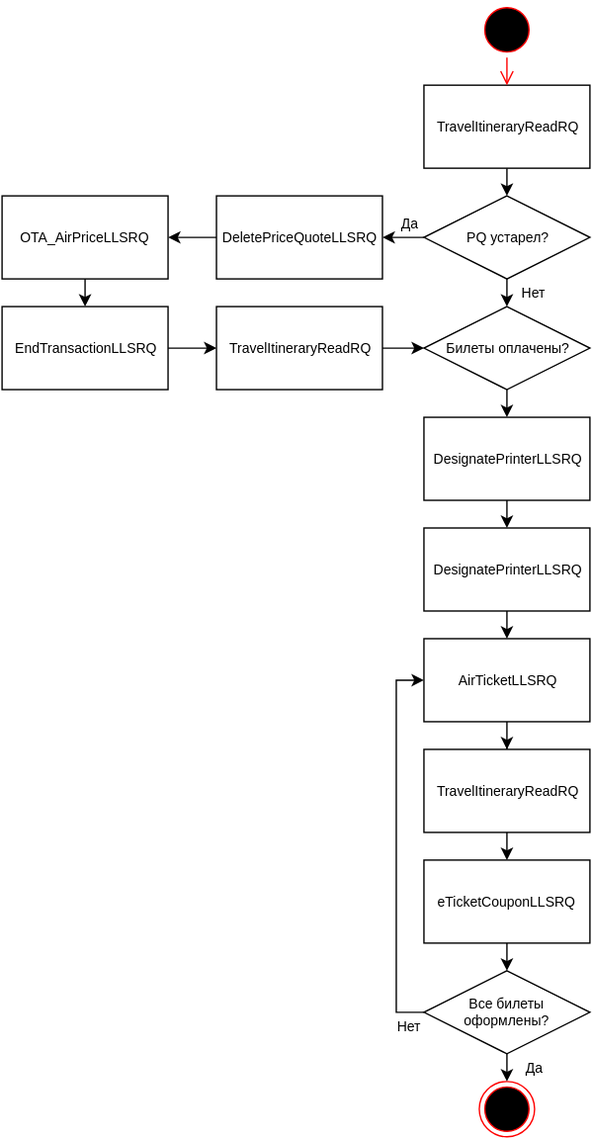
This is assets/svg/Issue Tickets/[RU]Issue Tickets[IPCC]-1.svg from andreypolyak/sabre-apis-ru, a draw.io export, as it was before one commit. Source tidied: cells renumbered, new cells last; positions are measured from the earlier drawing's top-left corner, leaving out a move shared by most shapes. The source it was exported from:
```xml
<mxGraphModel background="#ffffff">
  <root>
    <mxCell id="0" />
    <mxCell id="1" parent="0" />
    <mxCell id="2" style="edgeStyle=orthogonalEdgeStyle;rounded=0;html=1;exitX=0.5;exitY=1;entryX=0.5;entryY=0;jettySize=auto;" parent="1" edge="1" source="3" target="25">
      <mxGeometry x="390" y="1400" as="geometry" />
    </mxCell>
    <mxCell id="3" value="TravelItineraryReadRQ" style="whiteSpace=wrap;html=1;rounded=0;fontSize=10;" parent="1" vertex="1">
      <mxGeometry x="305" y="60" width="120" height="60" as="geometry" />
    </mxCell>
    <mxCell id="4" style="edgeStyle=orthogonalEdgeStyle;rounded=0;html=1;exitX=0;exitY=0.5;entryX=1;entryY=0.5;jettySize=auto;fontSize=10;" parent="1" edge="1" source="5" target="7">
      <mxGeometry x="145" y="1450" as="geometry" />
    </mxCell>
    <mxCell id="5" value="DeletePriceQuoteLLSRQ" style="whiteSpace=wrap;html=1;rounded=0;fontSize=10;" parent="1" vertex="1">
      <mxGeometry x="155" y="140" width="120" height="60" as="geometry" />
    </mxCell>
    <mxCell id="6" style="edgeStyle=orthogonalEdgeStyle;rounded=0;html=1;exitX=0.5;exitY=1;entryX=0.5;entryY=0;jettySize=auto;" parent="1" edge="1" source="7" target="27">
      <mxGeometry x="85" y="1480" as="geometry" />
    </mxCell>
    <mxCell id="7" value="OTA_AirPriceLLSRQ" style="whiteSpace=wrap;html=1;rounded=0;fontSize=10;" parent="1" vertex="1">
      <mxGeometry y="140" width="120" height="60" as="geometry" />
    </mxCell>
    <mxCell id="8" style="edgeStyle=orthogonalEdgeStyle;rounded=0;html=1;exitX=0.5;exitY=1;entryX=0.5;entryY=0;jettySize=auto;fontSize=10;" parent="1" edge="1" source="9" target="11">
      <mxGeometry x="390" y="1640" as="geometry" />
    </mxCell>
    <mxCell id="9" value="DesignatePrinterLLSRQ" style="whiteSpace=wrap;html=1;rounded=0;fontSize=10;" parent="1" vertex="1">
      <mxGeometry x="305" y="300" width="120" height="60" as="geometry" />
    </mxCell>
    <mxCell id="10" style="edgeStyle=orthogonalEdgeStyle;rounded=0;html=1;exitX=0.5;exitY=1;entryX=0.5;entryY=0;jettySize=auto;fontSize=10;" parent="1" edge="1" source="11" target="13">
      <mxGeometry x="390" y="1720" as="geometry" />
    </mxCell>
    <mxCell id="11" value="DesignatePrinterLLSRQ" style="whiteSpace=wrap;html=1;rounded=0;fontSize=10;" parent="1" vertex="1">
      <mxGeometry x="305" y="380" width="120" height="60" as="geometry" />
    </mxCell>
    <mxCell id="12" style="edgeStyle=orthogonalEdgeStyle;rounded=0;html=1;exitX=0.5;exitY=1;jettySize=auto;fontSize=10;" parent="1" edge="1" source="13" target="15">
      <mxGeometry x="390" y="1800" as="geometry" />
    </mxCell>
    <mxCell id="13" value="AirTicketLLSRQ" style="whiteSpace=wrap;html=1;rounded=0;fontSize=10;" parent="1" vertex="1">
      <mxGeometry x="305" y="460" width="120" height="60" as="geometry" />
    </mxCell>
    <mxCell id="14" style="edgeStyle=orthogonalEdgeStyle;rounded=0;html=1;exitX=0.5;exitY=1;entryX=0.5;entryY=0;jettySize=auto;fontSize=10;" parent="1" edge="1" source="15" target="17">
      <mxGeometry x="390" y="1880" as="geometry" />
    </mxCell>
    <mxCell id="15" value="TravelItineraryReadRQ" style="whiteSpace=wrap;html=1;rounded=0;fontSize=10;" parent="1" vertex="1">
      <mxGeometry x="305" y="540" width="120" height="60" as="geometry" />
    </mxCell>
    <mxCell id="16" style="edgeStyle=orthogonalEdgeStyle;rounded=0;html=1;exitX=0.5;exitY=1;entryX=0.5;entryY=0;jettySize=auto;" parent="1" edge="1" source="17">
      <mxGeometry x="390" y="1960" as="geometry">
        <mxPoint x="365" y="700" as="targetPoint" />
      </mxGeometry>
    </mxCell>
    <mxCell id="17" value="eTicketCouponLLSRQ" style="whiteSpace=wrap;html=1;rounded=0;fontSize=10;" parent="1" vertex="1">
      <mxGeometry x="305" y="620" width="120" height="60" as="geometry" />
    </mxCell>
    <mxCell id="18" style="edgeStyle=orthogonalEdgeStyle;rounded=0;html=1;exitX=0.5;exitY=1;entryX=0.5;entryY=0;jettySize=auto;fontSize=10;" parent="1" edge="1" source="19" target="9">
      <mxGeometry x="390" y="1560" as="geometry" />
    </mxCell>
    <mxCell id="19" value="Билеты оплачены?" style="rhombus;whiteSpace=wrap;html=1;rounded=0;fontSize=10;" parent="1" vertex="1">
      <mxGeometry x="305" y="220" width="120" height="60" as="geometry" />
    </mxCell>
    <mxCell id="20" style="ellipse;html=1;shape=endState;fillColor=#000000;strokeColor=#ff0000;rounded=0;fontSize=10;align=center;" parent="1" vertex="1">
      <mxGeometry x="345" y="780" width="40" height="40" as="geometry" />
    </mxCell>
    <mxCell id="21" style="ellipse;html=1;shape=startState;fillColor=#000000;strokeColor=#ff0000;rounded=0;fontSize=10;align=center;" parent="1" vertex="1">
      <mxGeometry x="345" width="40" height="40" as="geometry" />
    </mxCell>
    <mxCell id="22" style="edgeStyle=orthogonalEdgeStyle;html=1;verticalAlign=bottom;endArrow=open;endSize=8;strokeColor=#ff0000;fontSize=10;" parent="1" edge="1" source="21">
      <mxGeometry x="390" y="1320" as="geometry">
        <mxPoint x="365" y="60" as="targetPoint" />
      </mxGeometry>
    </mxCell>
    <mxCell id="23" value="Нет" style="edgeStyle=orthogonalEdgeStyle;rounded=0;html=1;exitX=0.5;exitY=1;entryX=0.5;entryY=0;jettySize=auto;fontSize=10;" parent="1" edge="1" source="25" target="19">
      <mxGeometry x="10" y="10" as="geometry">
        <mxPoint x="20" as="offset" />
      </mxGeometry>
    </mxCell>
    <mxCell id="24" value="Да" style="edgeStyle=orthogonalEdgeStyle;rounded=0;html=1;exitX=0;exitY=0.5;entryX=1;entryY=0.5;jettySize=auto;fontSize=10;" parent="1" edge="1" source="25" target="5">
      <mxGeometry x="10" y="10" as="geometry">
        <mxPoint x="5" y="-10" as="offset" />
      </mxGeometry>
    </mxCell>
    <mxCell id="25" value="PQ устарел?" style="rhombus;whiteSpace=wrap;html=1;rounded=0;fontSize=10;" parent="1" vertex="1">
      <mxGeometry x="305" y="140" width="120" height="60" as="geometry" />
    </mxCell>
    <mxCell id="26" style="edgeStyle=orthogonalEdgeStyle;rounded=0;html=1;exitX=1;exitY=0.5;entryX=0;entryY=0.5;jettySize=auto;fontSize=10;" parent="1" edge="1" source="27" target="29">
      <mxGeometry x="145" y="1530" as="geometry" />
    </mxCell>
    <mxCell id="27" value="EndTransactionLLSRQ" style="whiteSpace=wrap;html=1;rounded=0;fontSize=10;" parent="1" vertex="1">
      <mxGeometry y="220" width="120" height="60" as="geometry" />
    </mxCell>
    <mxCell id="28" style="edgeStyle=orthogonalEdgeStyle;rounded=0;html=1;exitX=1;exitY=0.5;entryX=0;entryY=0.5;jettySize=auto;fontSize=10;" parent="1" edge="1" source="29" target="19">
      <mxGeometry x="300" y="1530" as="geometry" />
    </mxCell>
    <mxCell id="29" value="TravelItineraryReadRQ" style="whiteSpace=wrap;html=1;rounded=0;fontSize=10;" parent="1" vertex="1">
      <mxGeometry x="155" y="220" width="120" height="60" as="geometry" />
    </mxCell>
    <mxCell id="30" value="Нет" style="edgeStyle=orthogonalEdgeStyle;rounded=0;html=1;exitX=0;exitY=0.5;entryX=0;entryY=0.5;jettySize=auto;fontSize=10;" parent="1" edge="1" source="32" target="13">
      <mxGeometry x="10" y="10" as="geometry">
        <mxPoint x="-10" y="130" as="offset" />
      </mxGeometry>
    </mxCell>
    <mxCell id="31" value="Да" style="edgeStyle=orthogonalEdgeStyle;rounded=0;html=1;exitX=0.5;exitY=1;entryX=0.5;entryY=0;jettySize=auto;fontSize=10;" parent="1" edge="1" source="32" target="20">
      <mxGeometry x="10" y="10" as="geometry">
        <mxPoint x="20" as="offset" />
      </mxGeometry>
    </mxCell>
    <mxCell id="32" value="Все билеты оформлены?" style="rhombus;whiteSpace=wrap;html=1;rounded=0;fontSize=10;" parent="1" vertex="1">
      <mxGeometry x="305" y="700" width="120" height="60" as="geometry" />
    </mxCell>
  </root>
</mxGraphModel>
```
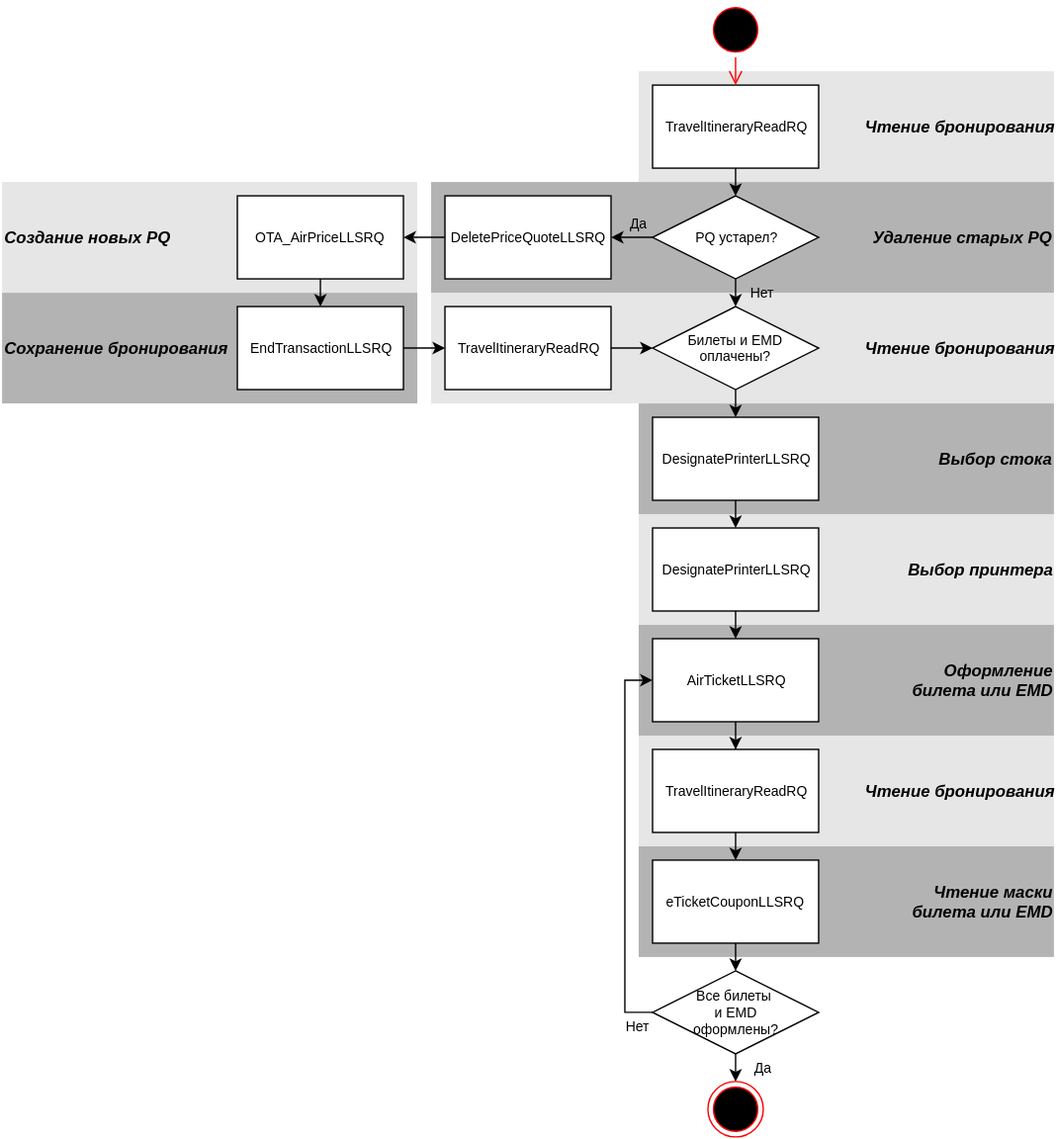
Later version of the same file.

Change to the diagram source:
```diff
@@ -2,6 +2,36 @@
   <root>
     <mxCell id="0" />
     <mxCell id="1" parent="0" />
+    <mxCell id="33" value="&lt;div style=&quot;text-align: right&quot;&gt;&lt;span&gt;&lt;b&gt;&lt;i&gt;&lt;font style=&quot;font-size: 12px&quot;&gt;Чтение маски&lt;/font&gt;&lt;/i&gt;&lt;/b&gt;&lt;/span&gt;&lt;/div&gt;&lt;div style=&quot;text-align: right&quot;&gt;&lt;span&gt;&lt;b&gt;&lt;i&gt;&lt;font style=&quot;font-size: 12px&quot;&gt;билета или EMD&lt;/font&gt;&lt;/i&gt;&lt;/b&gt;&lt;/span&gt;&lt;br&gt;&lt;/div&gt;" style="whiteSpace=wrap;html=1;fillColor=#B3B3B3;fontSize=10;strokeColor=none;align=right;gradientColor=none;" parent="1" vertex="1">
+      <mxGeometry x="295" y="610" width="300" height="80" as="geometry" />
+    </mxCell>
+    <mxCell id="34" value="&lt;div style=&quot;text-align: right&quot;&gt;&lt;b&gt;&lt;i&gt;&lt;font style=&quot;font-size: 12px&quot;&gt;Чтение бронирования&lt;/font&gt;&lt;/i&gt;&lt;/b&gt;&lt;br&gt;&lt;/div&gt;" style="whiteSpace=wrap;html=1;fillColor=#E6E6E6;fontSize=10;strokeColor=none;align=right;gradientColor=none;" parent="1" vertex="1">
+      <mxGeometry x="295" y="530" width="300" height="80" as="geometry" />
+    </mxCell>
+    <mxCell id="35" value="&lt;div style=&quot;text-align: right&quot;&gt;&lt;span&gt;&lt;b&gt;&lt;i&gt;&lt;font style=&quot;font-size: 12px&quot;&gt;Оформление&lt;/font&gt;&lt;/i&gt;&lt;/b&gt;&lt;/span&gt;&lt;/div&gt;&lt;div style=&quot;text-align: right&quot;&gt;&lt;span&gt;&lt;b&gt;&lt;i&gt;&lt;font style=&quot;font-size: 12px&quot;&gt;билета или EMD&lt;/font&gt;&lt;/i&gt;&lt;/b&gt;&lt;/span&gt;&lt;br&gt;&lt;/div&gt;" style="whiteSpace=wrap;html=1;fillColor=#B3B3B3;fontSize=10;strokeColor=none;align=right;gradientColor=none;" parent="1" vertex="1">
+      <mxGeometry x="295" y="450" width="300" height="80" as="geometry" />
+    </mxCell>
+    <mxCell id="36" value="&lt;div style=&quot;text-align: right&quot;&gt;&lt;b&gt;&lt;i&gt;&lt;font style=&quot;font-size: 12px&quot;&gt;Выбор принтера&lt;/font&gt;&lt;/i&gt;&lt;/b&gt;&lt;br&gt;&lt;/div&gt;" style="whiteSpace=wrap;html=1;fillColor=#E6E6E6;fontSize=10;strokeColor=none;align=right;gradientColor=none;" parent="1" vertex="1">
+      <mxGeometry x="295" y="370" width="300" height="80" as="geometry" />
+    </mxCell>
+    <mxCell id="37" value="&lt;div style=&quot;text-align: right&quot;&gt;&lt;b&gt;&lt;i&gt;&lt;font style=&quot;font-size: 12px&quot;&gt;Выбор стока&lt;/font&gt;&lt;/i&gt;&lt;/b&gt;&lt;br&gt;&lt;/div&gt;" style="whiteSpace=wrap;html=1;fillColor=#B3B3B3;fontSize=10;strokeColor=none;align=right;gradientColor=none;" parent="1" vertex="1">
+      <mxGeometry x="295" y="290" width="300" height="80" as="geometry" />
+    </mxCell>
+    <mxCell id="38" value="&lt;div style=&quot;text-align: right&quot;&gt;&lt;span&gt;&lt;b&gt;&lt;i&gt;&lt;font style=&quot;font-size: 12px&quot;&gt;Сохранение бронирования&lt;/font&gt;&lt;/i&gt;&lt;/b&gt;&lt;/span&gt;&lt;br&gt;&lt;/div&gt;" style="whiteSpace=wrap;html=1;fillColor=#B3B3B3;fontSize=10;strokeColor=none;align=left;gradientColor=none;" parent="1" vertex="1">
+      <mxGeometry x="-165" y="210" width="300" height="80" as="geometry" />
+    </mxCell>
+    <mxCell id="39" value="&lt;div style=&quot;text-align: right&quot;&gt;&lt;b&gt;&lt;i&gt;&lt;font style=&quot;font-size: 12px&quot;&gt;Чтение бронирования&lt;/font&gt;&lt;/i&gt;&lt;/b&gt;&lt;br&gt;&lt;/div&gt;" style="whiteSpace=wrap;html=1;fillColor=#E6E6E6;fontSize=10;strokeColor=none;align=right;gradientColor=none;" parent="1" vertex="1">
+      <mxGeometry x="145" y="210" width="450" height="80" as="geometry" />
+    </mxCell>
+    <mxCell id="40" value="&lt;div style=&quot;text-align: right&quot;&gt;&lt;span&gt;&lt;b&gt;&lt;i&gt;&lt;font style=&quot;font-size: 12px&quot;&gt;Создание новых PQ&lt;/font&gt;&lt;/i&gt;&lt;/b&gt;&lt;/span&gt;&lt;br&gt;&lt;/div&gt;" style="whiteSpace=wrap;html=1;fillColor=#E6E6E6;fontSize=10;strokeColor=none;align=left;gradientColor=none;" parent="1" vertex="1">
+      <mxGeometry x="-165" y="130" width="300" height="80" as="geometry" />
+    </mxCell>
+    <mxCell id="41" value="&lt;div style=&quot;text-align: right&quot;&gt;&lt;b&gt;&lt;i&gt;&lt;font style=&quot;font-size: 12px&quot;&gt;Чтение бронирования&lt;/font&gt;&lt;/i&gt;&lt;/b&gt;&lt;br&gt;&lt;/div&gt;" style="whiteSpace=wrap;html=1;fillColor=#E6E6E6;fontSize=10;strokeColor=none;align=right;gradientColor=none;" parent="1" vertex="1">
+      <mxGeometry x="295" y="50" width="300" height="80" as="geometry" />
+    </mxCell>
+    <mxCell id="42" value="&lt;div style=&quot;text-align: right&quot;&gt;&lt;span&gt;&lt;b&gt;&lt;i&gt;&lt;font style=&quot;font-size: 12px&quot;&gt;Удаление старых PQ&lt;/font&gt;&lt;/i&gt;&lt;/b&gt;&lt;/span&gt;&lt;br&gt;&lt;/div&gt;" style="whiteSpace=wrap;html=1;fillColor=#B3B3B3;fontSize=10;strokeColor=none;align=right;gradientColor=none;" parent="1" vertex="1">
+      <mxGeometry x="145" y="130" width="450" height="80" as="geometry" />
+    </mxCell>
     <mxCell id="2" style="edgeStyle=orthogonalEdgeStyle;rounded=0;html=1;exitX=0.5;exitY=1;entryX=0.5;entryY=0;jettySize=auto;" parent="1" edge="1" source="3" target="25">
       <mxGeometry x="390" y="1400" as="geometry" />
     </mxCell>
@@ -18,7 +48,7 @@
       <mxGeometry x="85" y="1480" as="geometry" />
     </mxCell>
     <mxCell id="7" value="OTA_AirPriceLLSRQ" style="whiteSpace=wrap;html=1;rounded=0;fontSize=10;" parent="1" vertex="1">
-      <mxGeometry y="140" width="120" height="60" as="geometry" />
+      <mxGeometry x="5" y="140" width="120" height="60" as="geometry" />
     </mxCell>
     <mxCell id="8" style="edgeStyle=orthogonalEdgeStyle;rounded=0;html=1;exitX=0.5;exitY=1;entryX=0.5;entryY=0;jettySize=auto;fontSize=10;" parent="1" edge="1" source="9" target="11">
       <mxGeometry x="390" y="1640" as="geometry" />
@@ -55,7 +85,7 @@
     <mxCell id="18" style="edgeStyle=orthogonalEdgeStyle;rounded=0;html=1;exitX=0.5;exitY=1;entryX=0.5;entryY=0;jettySize=auto;fontSize=10;" parent="1" edge="1" source="19" target="9">
       <mxGeometry x="390" y="1560" as="geometry" />
     </mxCell>
-    <mxCell id="19" value="Билеты оплачены?" style="rhombus;whiteSpace=wrap;html=1;rounded=0;fontSize=10;" parent="1" vertex="1">
+    <mxCell id="19" value="Билеты и EMD оплачены?" style="rhombus;whiteSpace=wrap;html=1;rounded=0;fontSize=10;" parent="1" vertex="1">
       <mxGeometry x="305" y="220" width="120" height="60" as="geometry" />
     </mxCell>
     <mxCell id="20" style="ellipse;html=1;shape=endState;fillColor=#000000;strokeColor=#ff0000;rounded=0;fontSize=10;align=center;" parent="1" vertex="1">
@@ -69,12 +99,12 @@
         <mxPoint x="365" y="60" as="targetPoint" />
       </mxGeometry>
     </mxCell>
-    <mxCell id="23" value="Нет" style="edgeStyle=orthogonalEdgeStyle;rounded=0;html=1;exitX=0.5;exitY=1;entryX=0.5;entryY=0;jettySize=auto;fontSize=10;" parent="1" edge="1" source="25" target="19">
+    <mxCell id="23" value="Нет" style="edgeStyle=orthogonalEdgeStyle;rounded=0;html=1;exitX=0.5;exitY=1;entryX=0.5;entryY=0;jettySize=auto;fontSize=10;labelBackgroundColor=none;" parent="1" edge="1" source="25" target="19">
       <mxGeometry x="10" y="10" as="geometry">
         <mxPoint x="20" as="offset" />
       </mxGeometry>
     </mxCell>
-    <mxCell id="24" value="Да" style="edgeStyle=orthogonalEdgeStyle;rounded=0;html=1;exitX=0;exitY=0.5;entryX=1;entryY=0.5;jettySize=auto;fontSize=10;" parent="1" edge="1" source="25" target="5">
+    <mxCell id="24" value="Да" style="edgeStyle=orthogonalEdgeStyle;rounded=0;html=1;exitX=0;exitY=0.5;entryX=1;entryY=0.5;jettySize=auto;fontSize=10;labelBackgroundColor=none;" parent="1" edge="1" source="25" target="5">
       <mxGeometry x="10" y="10" as="geometry">
         <mxPoint x="5" y="-10" as="offset" />
       </mxGeometry>
@@ -86,7 +116,7 @@
       <mxGeometry x="145" y="1530" as="geometry" />
     </mxCell>
     <mxCell id="27" value="EndTransactionLLSRQ" style="whiteSpace=wrap;html=1;rounded=0;fontSize=10;" parent="1" vertex="1">
-      <mxGeometry y="220" width="120" height="60" as="geometry" />
+      <mxGeometry x="5" y="220" width="120" height="60" as="geometry" />
     </mxCell>
     <mxCell id="28" style="edgeStyle=orthogonalEdgeStyle;rounded=0;html=1;exitX=1;exitY=0.5;entryX=0;entryY=0.5;jettySize=auto;fontSize=10;" parent="1" edge="1" source="29" target="19">
       <mxGeometry x="300" y="1530" as="geometry" />
@@ -104,7 +134,7 @@
         <mxPoint x="20" as="offset" />
       </mxGeometry>
     </mxCell>
-    <mxCell id="32" value="Все билеты оформлены?" style="rhombus;whiteSpace=wrap;html=1;rounded=0;fontSize=10;" parent="1" vertex="1">
+    <mxCell id="32" value="Все билеты&amp;nbsp;&lt;div&gt;и EMD&lt;/div&gt;&lt;div&gt;оформлены?&lt;/div&gt;" style="rhombus;whiteSpace=wrap;html=1;rounded=0;fontSize=10;" parent="1" vertex="1">
       <mxGeometry x="305" y="700" width="120" height="60" as="geometry" />
     </mxCell>
   </root>
```
